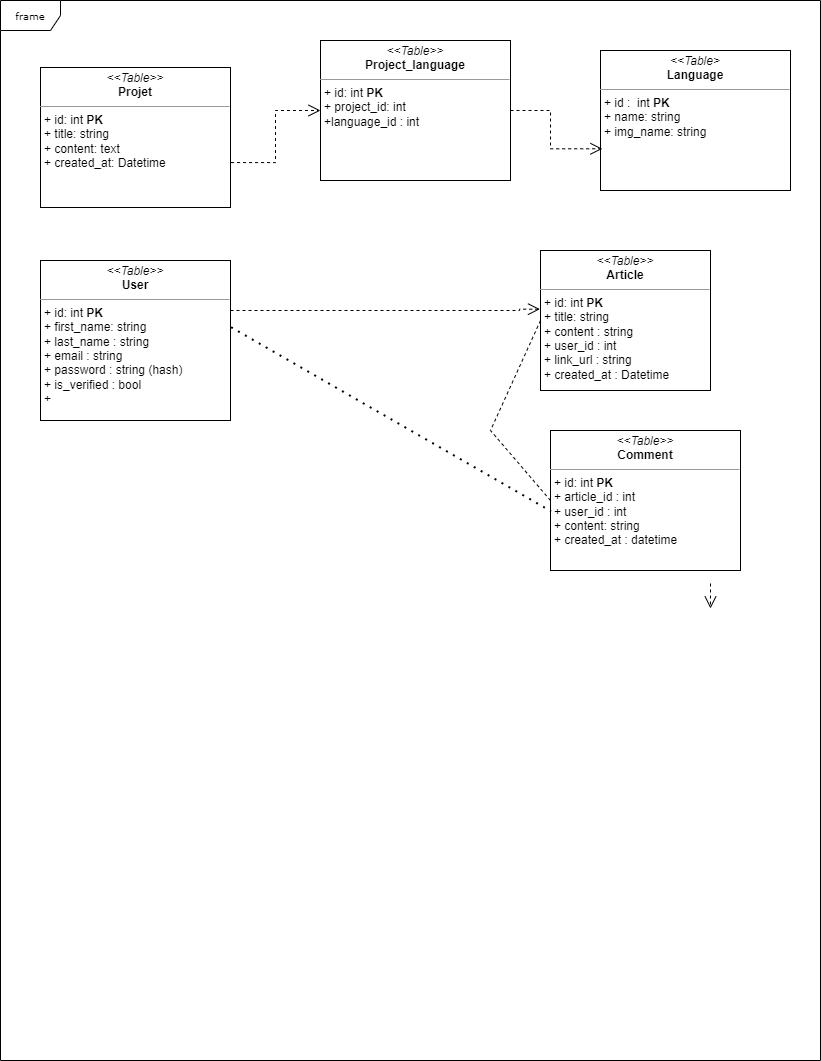
NicolasGarciaCdl/portfolio keeps this draw.io diagram as public/images/UML portfolio.drawio.png. Above is the earlier version. Source tidied: cells renumbered, new cells last; positions are measured from the earlier drawing's top-left corner, leaving out a move shared by most shapes. Its diagram source:
```xml
<mxGraphModel>
  <root>
    <mxCell id="0" />
    <mxCell id="1" parent="0" />
    <mxCell id="2" value="frame" style="shape=umlFrame;whiteSpace=wrap;html=1;rounded=0;shadow=0;comic=0;labelBackgroundColor=none;strokeWidth=1;fontFamily=Verdana;fontSize=10;align=center;" parent="1" vertex="1">
      <mxGeometry width="820" height="1060" as="geometry" />
    </mxCell>
    <mxCell id="3" style="edgeStyle=orthogonalEdgeStyle;rounded=0;html=1;dashed=1;labelBackgroundColor=none;startFill=0;endArrow=open;endFill=0;endSize=10;fontFamily=Verdana;fontSize=10;" parent="1" edge="1">
      <mxGeometry relative="1" as="geometry">
        <mxPoint x="710" y="583" as="sourcePoint" />
        <mxPoint x="710" y="608" as="targetPoint" />
      </mxGeometry>
    </mxCell>
    <mxCell id="4" value="&lt;p style=&quot;margin:0px;margin-top:4px;text-align:center;&quot;&gt;&lt;i&gt;&amp;lt;&amp;lt;Table&amp;gt;&amp;gt;&lt;/i&gt;&lt;br&gt;&lt;b&gt;Comment&lt;/b&gt;&lt;/p&gt;&lt;hr size=&quot;1&quot;&gt;&lt;p style=&quot;margin:0px;margin-left:4px;&quot;&gt;+ id: int&amp;nbsp;&lt;b&gt;PK&lt;/b&gt;&lt;br&gt;+ article_id : int&lt;/p&gt;&lt;p style=&quot;margin:0px;margin-left:4px;&quot;&gt;+ user_id : int&lt;/p&gt;&lt;p style=&quot;margin:0px;margin-left:4px;&quot;&gt;+ content: string&lt;/p&gt;&lt;p style=&quot;margin:0px;margin-left:4px;&quot;&gt;+ created_at : datetime&amp;nbsp;&lt;/p&gt;&lt;p style=&quot;margin:0px;margin-left:4px;&quot;&gt;&lt;br&gt;&lt;/p&gt;" style="verticalAlign=top;align=left;overflow=fill;fontSize=12;fontFamily=Helvetica;html=1;rounded=0;shadow=0;comic=0;labelBackgroundColor=none;strokeWidth=1;" parent="1" vertex="1">
      <mxGeometry x="550" y="430" width="190" height="140" as="geometry" />
    </mxCell>
    <mxCell id="5" value="&lt;p style=&quot;margin:0px;margin-top:4px;text-align:center;&quot;&gt;&lt;i&gt;&amp;lt;&amp;lt;Table&amp;gt;&amp;gt;&lt;/i&gt;&lt;br&gt;&lt;b&gt;Article&lt;/b&gt;&lt;/p&gt;&lt;hr size=&quot;1&quot;&gt;&lt;p style=&quot;margin:0px;margin-left:4px;&quot;&gt;+ id: int&amp;nbsp;&lt;b&gt;PK&lt;/b&gt;&lt;br&gt;+ title: string&lt;/p&gt;&lt;p style=&quot;margin:0px;margin-left:4px;&quot;&gt;+ content : string&lt;/p&gt;&lt;p style=&quot;margin:0px;margin-left:4px;&quot;&gt;+ user_id : int&lt;/p&gt;&lt;p style=&quot;margin:0px;margin-left:4px;&quot;&gt;+ link_url : string&lt;/p&gt;&lt;p style=&quot;margin:0px;margin-left:4px;&quot;&gt;+ created_at : Datetime&amp;nbsp;&lt;/p&gt;&lt;p style=&quot;margin:0px;margin-left:4px;&quot;&gt;&lt;br&gt;&lt;/p&gt;" style="verticalAlign=top;align=left;overflow=fill;fontSize=12;fontFamily=Helvetica;html=1;rounded=0;shadow=0;comic=0;labelBackgroundColor=none;strokeWidth=1;" parent="1" vertex="1">
      <mxGeometry x="540" y="250" width="170" height="140" as="geometry" />
    </mxCell>
    <mxCell id="6" value="&lt;p style=&quot;margin:0px;margin-top:4px;text-align:center;&quot;&gt;&lt;i&gt;&amp;lt;&amp;lt;Table&amp;gt;&amp;gt;&lt;/i&gt;&lt;br&gt;&lt;b&gt;Project_language&lt;/b&gt;&lt;/p&gt;&lt;hr size=&quot;1&quot;&gt;&lt;p style=&quot;margin:0px;margin-left:4px;&quot;&gt;+ id: int&amp;nbsp;&lt;b&gt;PK&lt;/b&gt;&lt;br&gt;+ project_id: int&lt;/p&gt;&lt;p style=&quot;margin:0px;margin-left:4px;&quot;&gt;+language_id : int&lt;/p&gt;" style="verticalAlign=top;align=left;overflow=fill;fontSize=12;fontFamily=Helvetica;html=1;rounded=0;shadow=0;comic=0;labelBackgroundColor=none;strokeWidth=1;" parent="1" vertex="1">
      <mxGeometry x="320" y="40" width="190" height="140" as="geometry" />
    </mxCell>
    <mxCell id="7" style="edgeStyle=orthogonalEdgeStyle;rounded=0;html=1;labelBackgroundColor=none;startFill=0;endArrow=open;endFill=0;endSize=10;fontFamily=Verdana;fontSize=10;dashed=1;entryX=0;entryY=0.5;entryDx=0;entryDy=0;exitX=1.003;exitY=0.679;exitDx=0;exitDy=0;exitPerimeter=0;" parent="1" edge="1" source="8" target="6">
      <mxGeometry relative="1" as="geometry" />
    </mxCell>
    <mxCell id="8" value="&lt;p style=&quot;margin:0px;margin-top:4px;text-align:center;&quot;&gt;&lt;i&gt;&amp;lt;&amp;lt;Table&amp;gt;&amp;gt;&lt;/i&gt;&lt;br&gt;&lt;b&gt;Projet&lt;/b&gt;&lt;/p&gt;&lt;hr size=&quot;1&quot;&gt;&lt;p style=&quot;margin:0px;margin-left:4px;&quot;&gt;+ id: int &lt;b&gt;PK&lt;/b&gt;&lt;br&gt;+ title: string&lt;/p&gt;&lt;p style=&quot;margin:0px;margin-left:4px;&quot;&gt;+ content: text&lt;/p&gt;&lt;p style=&quot;margin:0px;margin-left:4px;&quot;&gt;+ created_at: Datetime&lt;/p&gt;&lt;p style=&quot;margin:0px;margin-left:4px;&quot;&gt;&lt;br&gt;&lt;/p&gt;" style="verticalAlign=top;align=left;overflow=fill;fontSize=12;fontFamily=Helvetica;html=1;rounded=0;shadow=0;comic=0;labelBackgroundColor=none;strokeWidth=1;" parent="1" vertex="1">
      <mxGeometry x="40" y="67" width="190" height="140" as="geometry" />
    </mxCell>
    <mxCell id="9" value="&lt;p style=&quot;margin:0px;margin-top:4px;text-align:center;&quot;&gt;&lt;i&gt;&amp;lt;&amp;lt;Table&amp;gt;&lt;/i&gt;&lt;br&gt;&lt;b&gt;Language&lt;/b&gt;&lt;/p&gt;&lt;hr size=&quot;1&quot;&gt;&lt;p style=&quot;margin:0px;margin-left:4px;&quot;&gt;+ id :&amp;nbsp; int&amp;nbsp;&lt;b&gt;PK&lt;/b&gt;&lt;br&gt;+ name&lt;span style=&quot;background-color: initial;&quot;&gt;: string&lt;/span&gt;&lt;/p&gt;&lt;p style=&quot;margin:0px;margin-left:4px;&quot;&gt;&lt;span style=&quot;background-color: initial;&quot;&gt;+ img_name: string&lt;/span&gt;&lt;/p&gt;&lt;p style=&quot;margin:0px;margin-left:4px;&quot;&gt;&lt;br&gt;&lt;/p&gt;" style="verticalAlign=top;align=left;overflow=fill;fontSize=12;fontFamily=Helvetica;html=1;rounded=0;shadow=0;comic=0;labelBackgroundColor=none;strokeWidth=1;" parent="1" vertex="1">
      <mxGeometry x="600" y="50" width="190" height="140" as="geometry" />
    </mxCell>
    <mxCell id="10" style="edgeStyle=orthogonalEdgeStyle;rounded=0;html=1;dashed=1;labelBackgroundColor=none;startFill=0;endArrow=open;endFill=0;endSize=10;fontFamily=Verdana;fontSize=10;entryX=0.01;entryY=0.702;entryDx=0;entryDy=0;entryPerimeter=0;exitX=1;exitY=0.5;exitDx=0;exitDy=0;" parent="1" edge="1" source="6" target="9">
      <mxGeometry relative="1" as="geometry">
        <Array as="points">
          <mxPoint x="550" y="110" />
          <mxPoint x="550" y="148" />
        </Array>
      </mxGeometry>
    </mxCell>
    <mxCell id="11" style="edgeStyle=orthogonalEdgeStyle;rounded=0;html=1;dashed=1;labelBackgroundColor=none;startFill=0;endArrow=open;endFill=0;endSize=10;fontFamily=Verdana;fontSize=10;entryX=-0.003;entryY=0.419;entryDx=0;entryDy=0;entryPerimeter=0;" parent="1" edge="1" source="12" target="5">
      <mxGeometry relative="1" as="geometry">
        <Array as="points">
          <mxPoint x="519" y="310" />
        </Array>
      </mxGeometry>
    </mxCell>
    <mxCell id="12" value="&lt;p style=&quot;margin:0px;margin-top:4px;text-align:center;&quot;&gt;&lt;i&gt;&amp;lt;&amp;lt;Table&amp;gt;&amp;gt;&lt;/i&gt;&lt;br&gt;&lt;b&gt;User&lt;/b&gt;&lt;/p&gt;&lt;hr size=&quot;1&quot;&gt;&lt;p style=&quot;margin:0px;margin-left:4px;&quot;&gt;+ id: int&amp;nbsp;&lt;b&gt;PK&lt;/b&gt;&lt;br&gt;+ first_name: string&lt;/p&gt;&lt;p style=&quot;margin:0px;margin-left:4px;&quot;&gt;+ last_name : string&lt;/p&gt;&lt;p style=&quot;margin:0px;margin-left:4px;&quot;&gt;+ email : string&lt;/p&gt;&lt;p style=&quot;margin:0px;margin-left:4px;&quot;&gt;+ password : string (hash)&lt;/p&gt;&lt;p style=&quot;margin:0px;margin-left:4px;&quot;&gt;&lt;/p&gt;&lt;p style=&quot;margin:0px;margin-left:4px;&quot;&gt;+ is_verified : bool&lt;/p&gt;&lt;p style=&quot;margin:0px;margin-left:4px;&quot;&gt;+&amp;nbsp;&lt;/p&gt;" style="verticalAlign=top;align=left;overflow=fill;fontSize=12;fontFamily=Helvetica;html=1;rounded=0;shadow=0;comic=0;labelBackgroundColor=none;strokeWidth=1;" parent="1" vertex="1">
      <mxGeometry x="40" y="260" width="190" height="160" as="geometry" />
    </mxCell>
    <mxCell id="13" style="endArrow=none;dashed=1;html=1;dashPattern=1 3;strokeWidth=2;rounded=0;exitX=1.003;exitY=0.417;exitDx=0;exitDy=0;exitPerimeter=0;entryX=0.003;entryY=0.577;entryDx=0;entryDy=0;entryPerimeter=0;" parent="1" edge="1" source="12" target="4">
      <mxGeometry relative="1" as="geometry" />
    </mxCell>
    <mxCell id="14" style="endArrow=none;dashed=1;html=1;rounded=0;exitX=0;exitY=0.5;exitDx=0;exitDy=0;" parent="1" edge="1" source="4">
      <mxGeometry relative="1" as="geometry">
        <mxPoint x="540" y="320" as="targetPoint" />
        <Array as="points">
          <mxPoint x="490" y="430" />
        </Array>
      </mxGeometry>
    </mxCell>
  </root>
</mxGraphModel>
```
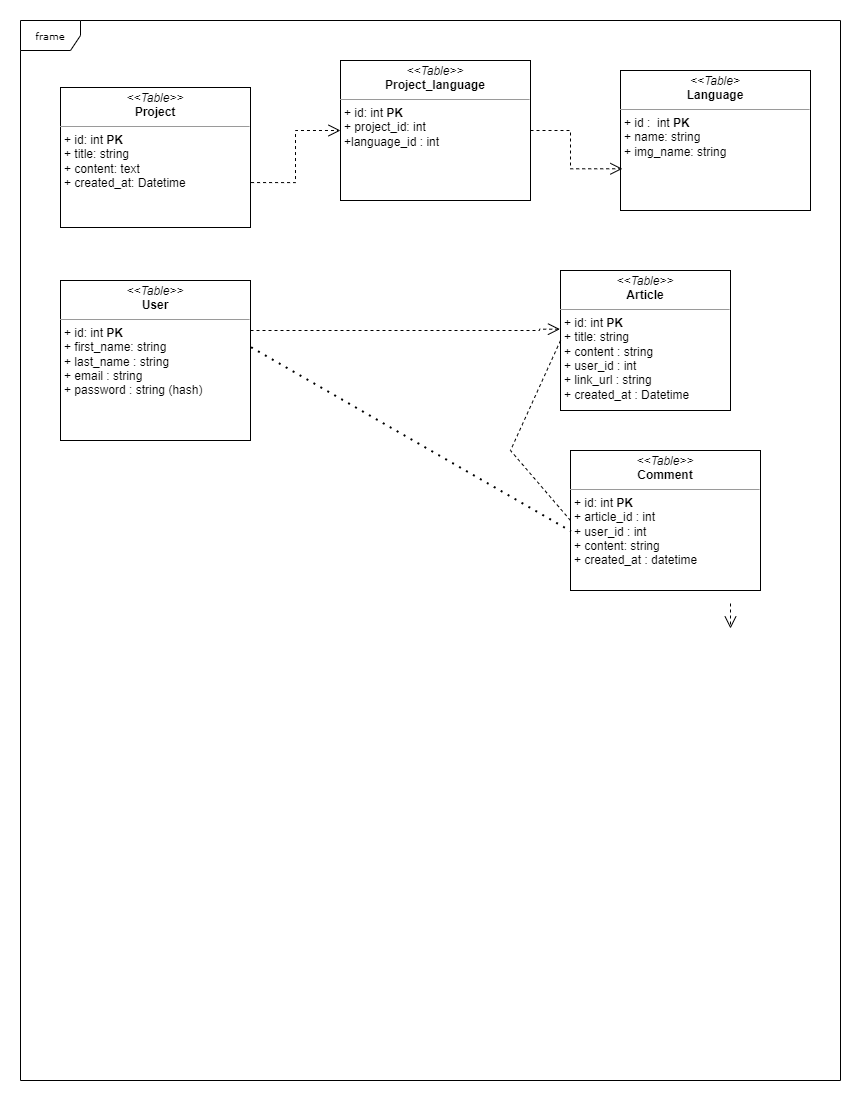
After the commit.

Diff of the diagram source:
```diff
@@ -23,7 +23,7 @@
     <mxCell id="7" style="edgeStyle=orthogonalEdgeStyle;rounded=0;html=1;labelBackgroundColor=none;startFill=0;endArrow=open;endFill=0;endSize=10;fontFamily=Verdana;fontSize=10;dashed=1;entryX=0;entryY=0.5;entryDx=0;entryDy=0;exitX=1.003;exitY=0.679;exitDx=0;exitDy=0;exitPerimeter=0;" parent="1" edge="1" source="8" target="6">
       <mxGeometry relative="1" as="geometry" />
     </mxCell>
-    <mxCell id="8" value="&lt;p style=&quot;margin:0px;margin-top:4px;text-align:center;&quot;&gt;&lt;i&gt;&amp;lt;&amp;lt;Table&amp;gt;&amp;gt;&lt;/i&gt;&lt;br&gt;&lt;b&gt;Projet&lt;/b&gt;&lt;/p&gt;&lt;hr size=&quot;1&quot;&gt;&lt;p style=&quot;margin:0px;margin-left:4px;&quot;&gt;+ id: int &lt;b&gt;PK&lt;/b&gt;&lt;br&gt;+ title: string&lt;/p&gt;&lt;p style=&quot;margin:0px;margin-left:4px;&quot;&gt;+ content: text&lt;/p&gt;&lt;p style=&quot;margin:0px;margin-left:4px;&quot;&gt;+ created_at: Datetime&lt;/p&gt;&lt;p style=&quot;margin:0px;margin-left:4px;&quot;&gt;&lt;br&gt;&lt;/p&gt;" style="verticalAlign=top;align=left;overflow=fill;fontSize=12;fontFamily=Helvetica;html=1;rounded=0;shadow=0;comic=0;labelBackgroundColor=none;strokeWidth=1;" parent="1" vertex="1">
+    <mxCell id="8" value="&lt;p style=&quot;margin:0px;margin-top:4px;text-align:center;&quot;&gt;&lt;i&gt;&amp;lt;&amp;lt;Table&amp;gt;&amp;gt;&lt;/i&gt;&lt;br&gt;&lt;b&gt;Project&lt;/b&gt;&lt;/p&gt;&lt;hr size=&quot;1&quot;&gt;&lt;p style=&quot;margin:0px;margin-left:4px;&quot;&gt;+ id: int &lt;b&gt;PK&lt;/b&gt;&lt;br&gt;+ title: string&lt;/p&gt;&lt;p style=&quot;margin:0px;margin-left:4px;&quot;&gt;+ content: text&lt;/p&gt;&lt;p style=&quot;margin:0px;margin-left:4px;&quot;&gt;+ created_at: Datetime&lt;/p&gt;&lt;p style=&quot;margin:0px;margin-left:4px;&quot;&gt;&lt;br&gt;&lt;/p&gt;" style="verticalAlign=top;align=left;overflow=fill;fontSize=12;fontFamily=Helvetica;html=1;rounded=0;shadow=0;comic=0;labelBackgroundColor=none;strokeWidth=1;" parent="1" vertex="1">
       <mxGeometry x="40" y="67" width="190" height="140" as="geometry" />
     </mxCell>
     <mxCell id="9" value="&lt;p style=&quot;margin:0px;margin-top:4px;text-align:center;&quot;&gt;&lt;i&gt;&amp;lt;&amp;lt;Table&amp;gt;&lt;/i&gt;&lt;br&gt;&lt;b&gt;Language&lt;/b&gt;&lt;/p&gt;&lt;hr size=&quot;1&quot;&gt;&lt;p style=&quot;margin:0px;margin-left:4px;&quot;&gt;+ id :&amp;nbsp; int&amp;nbsp;&lt;b&gt;PK&lt;/b&gt;&lt;br&gt;+ name&lt;span style=&quot;background-color: initial;&quot;&gt;: string&lt;/span&gt;&lt;/p&gt;&lt;p style=&quot;margin:0px;margin-left:4px;&quot;&gt;&lt;span style=&quot;background-color: initial;&quot;&gt;+ img_name: string&lt;/span&gt;&lt;/p&gt;&lt;p style=&quot;margin:0px;margin-left:4px;&quot;&gt;&lt;br&gt;&lt;/p&gt;" style="verticalAlign=top;align=left;overflow=fill;fontSize=12;fontFamily=Helvetica;html=1;rounded=0;shadow=0;comic=0;labelBackgroundColor=none;strokeWidth=1;" parent="1" vertex="1">
@@ -44,7 +44,7 @@
         </Array>
       </mxGeometry>
     </mxCell>
-    <mxCell id="12" value="&lt;p style=&quot;margin:0px;margin-top:4px;text-align:center;&quot;&gt;&lt;i&gt;&amp;lt;&amp;lt;Table&amp;gt;&amp;gt;&lt;/i&gt;&lt;br&gt;&lt;b&gt;User&lt;/b&gt;&lt;/p&gt;&lt;hr size=&quot;1&quot;&gt;&lt;p style=&quot;margin:0px;margin-left:4px;&quot;&gt;+ id: int&amp;nbsp;&lt;b&gt;PK&lt;/b&gt;&lt;br&gt;+ first_name: string&lt;/p&gt;&lt;p style=&quot;margin:0px;margin-left:4px;&quot;&gt;+ last_name : string&lt;/p&gt;&lt;p style=&quot;margin:0px;margin-left:4px;&quot;&gt;+ email : string&lt;/p&gt;&lt;p style=&quot;margin:0px;margin-left:4px;&quot;&gt;+ password : string (hash)&lt;/p&gt;&lt;p style=&quot;margin:0px;margin-left:4px;&quot;&gt;&lt;/p&gt;&lt;p style=&quot;margin:0px;margin-left:4px;&quot;&gt;+ is_verified : bool&lt;/p&gt;&lt;p style=&quot;margin:0px;margin-left:4px;&quot;&gt;+&amp;nbsp;&lt;/p&gt;" style="verticalAlign=top;align=left;overflow=fill;fontSize=12;fontFamily=Helvetica;html=1;rounded=0;shadow=0;comic=0;labelBackgroundColor=none;strokeWidth=1;" parent="1" vertex="1">
+    <mxCell id="12" value="&lt;p style=&quot;margin:0px;margin-top:4px;text-align:center;&quot;&gt;&lt;i&gt;&amp;lt;&amp;lt;Table&amp;gt;&amp;gt;&lt;/i&gt;&lt;br&gt;&lt;b&gt;User&lt;/b&gt;&lt;/p&gt;&lt;hr size=&quot;1&quot;&gt;&lt;p style=&quot;margin:0px;margin-left:4px;&quot;&gt;+ id: int&amp;nbsp;&lt;b&gt;PK&lt;/b&gt;&lt;br&gt;+ first_name: string&lt;/p&gt;&lt;p style=&quot;margin:0px;margin-left:4px;&quot;&gt;+ last_name : string&lt;/p&gt;&lt;p style=&quot;margin:0px;margin-left:4px;&quot;&gt;+ email : string&lt;/p&gt;&lt;p style=&quot;margin:0px;margin-left:4px;&quot;&gt;+ password : string (hash)&lt;/p&gt;&lt;p style=&quot;margin:0px;margin-left:4px;&quot;&gt;&lt;/p&gt;&lt;p style=&quot;margin:0px;margin-left:4px;&quot;&gt;&amp;nbsp;&lt;/p&gt;&lt;p style=&quot;margin:0px;margin-left:4px;&quot;&gt;&lt;br&gt;&lt;/p&gt;" style="verticalAlign=top;align=left;overflow=fill;fontSize=12;fontFamily=Helvetica;html=1;rounded=0;shadow=0;comic=0;labelBackgroundColor=none;strokeWidth=1;" parent="1" vertex="1">
       <mxGeometry x="40" y="260" width="190" height="160" as="geometry" />
     </mxCell>
     <mxCell id="13" style="endArrow=none;dashed=1;html=1;dashPattern=1 3;strokeWidth=2;rounded=0;exitX=1.003;exitY=0.417;exitDx=0;exitDy=0;exitPerimeter=0;entryX=0.003;entryY=0.577;entryDx=0;entryDy=0;entryPerimeter=0;" parent="1" edge="1" source="12" target="4">
```
